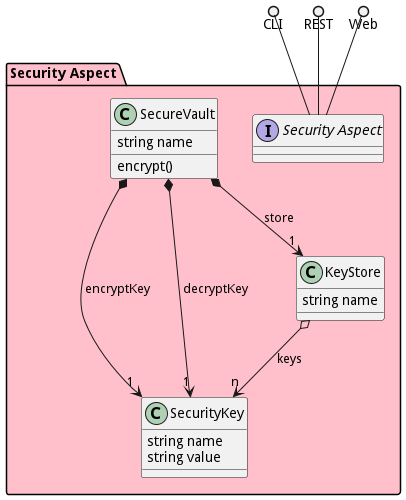
Above: docs/sabr/sa/logical.png in madajaju/sabr (PlantUML), before the change.
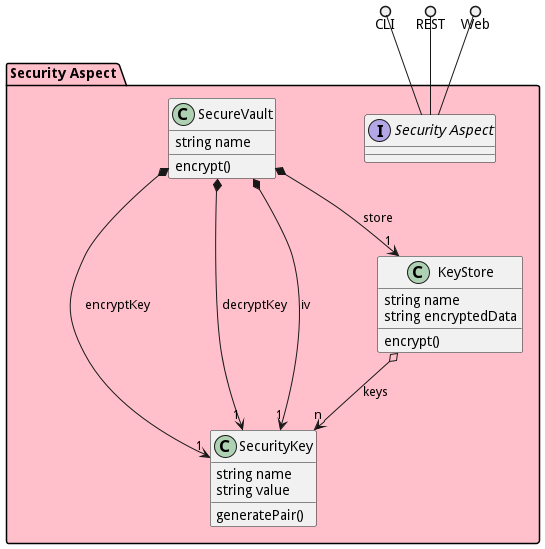
After the commit.

Change to the diagram source:
```diff
@@ -25,7 +25,9 @@
 package "Security Aspect" #pink {
         class "KeyStore" {
                  string name
-                    }
+                 string encryptedData
+                             encrypt()
+            }
                 KeyStore o--> "n" SecurityKey : keys
 
 
@@ -35,13 +37,15 @@
             }
                 SecureVault *--> "1" SecurityKey : encryptKey
                         SecureVault *--> "1" SecurityKey : decryptKey
+                        SecureVault *--> "1" SecurityKey : iv
                         SecureVault *--> "1" KeyStore : store
 
 
     class "SecurityKey" {
                  string name
                  string value
-                    }
+                             generatePair()
+            }
 
 
 
```
